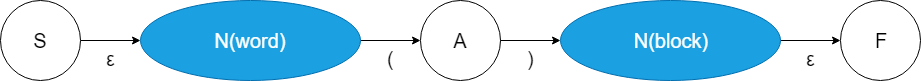
The draw.io diagram scanner/image/nfa_prog_simple.png in Orb-H/PLCOMP_Assignment, before a commit. Source tidied: cells renumbered, new cells last; positions are measured from the earlier drawing's top-left corner, leaving out a move shared by most shapes.
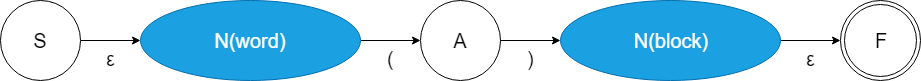
The same file after the commit.

Diff of the diagram source:
```diff
@@ -17,7 +17,7 @@
     <mxCell id="6" value="N(word)" style="ellipse;whiteSpace=wrap;html=1;fontSize=20;fillColor=#1ba1e2;strokeColor=#006EAF;fontColor=#ffffff;" parent="1" vertex="1">
       <mxGeometry x="140" width="220" height="80" as="geometry" />
     </mxCell>
-    <mxCell id="7" value="ε" style="edgeStyle=orthogonalEdgeStyle;rounded=0;jettySize=auto;html=1;exitX=1;exitY=0.5;exitDx=0;exitDy=0;entryX=0;entryY=0.5;entryDx=0;entryDy=0;fontSize=20;labelPosition=center;verticalLabelPosition=bottom;align=center;verticalAlign=top;" parent="1" edge="1" source="8" target="10">
+    <mxCell id="7" value="ε" style="edgeStyle=orthogonalEdgeStyle;rounded=0;jettySize=auto;html=1;exitX=1;exitY=0.5;exitDx=0;exitDy=0;entryX=0;entryY=0.5;entryDx=0;entryDy=0;fontSize=20;labelPosition=center;verticalLabelPosition=bottom;align=center;verticalAlign=top;entryPerimeter=0;" parent="1" edge="1" source="8" target="10">
       <mxGeometry relative="1" as="geometry" />
     </mxCell>
     <mxCell id="8" value="N(block)" style="ellipse;whiteSpace=wrap;html=1;fontSize=20;fillColor=#1ba1e2;strokeColor=#006EAF;fontColor=#ffffff;" parent="1" vertex="1">
@@ -29,7 +29,7 @@
         <mxPoint x="560" y="40" as="targetPoint" />
       </mxGeometry>
     </mxCell>
-    <mxCell id="10" value="F" style="ellipse;whiteSpace=wrap;html=1;fontSize=20;strokeColor=#000000;perimeterSpacing=0;" parent="1" vertex="1">
+    <mxCell id="10" value="F" style="ellipse;shape=doubleEllipse;whiteSpace=wrap;html=1;fontSize=20;" parent="1" vertex="1">
       <mxGeometry x="840" width="80" height="80" as="geometry" />
     </mxCell>
   </root>
```
